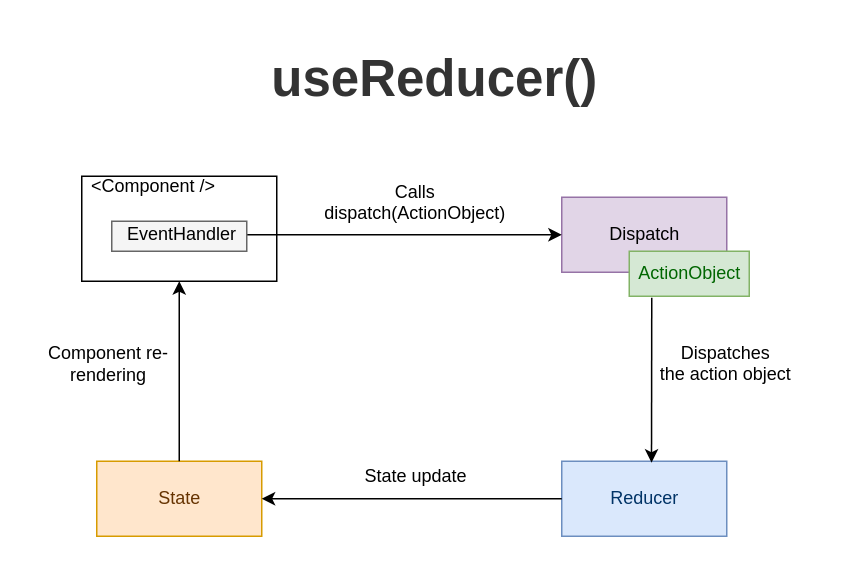
Earlier version of the draw.io diagram posts/149-react-usereducer/diagrams/diagram.drawio (panzerdp/dmitripavlutin.com). Source tidied: cells renumbered, new cells numbered last; positions are measured from the earlier drawing's top-left corner, leaving out a move shared by most shapes. Both pictures are drawn from the tidied source at 150%, with x=0, y=0 at pixel (26, 26).
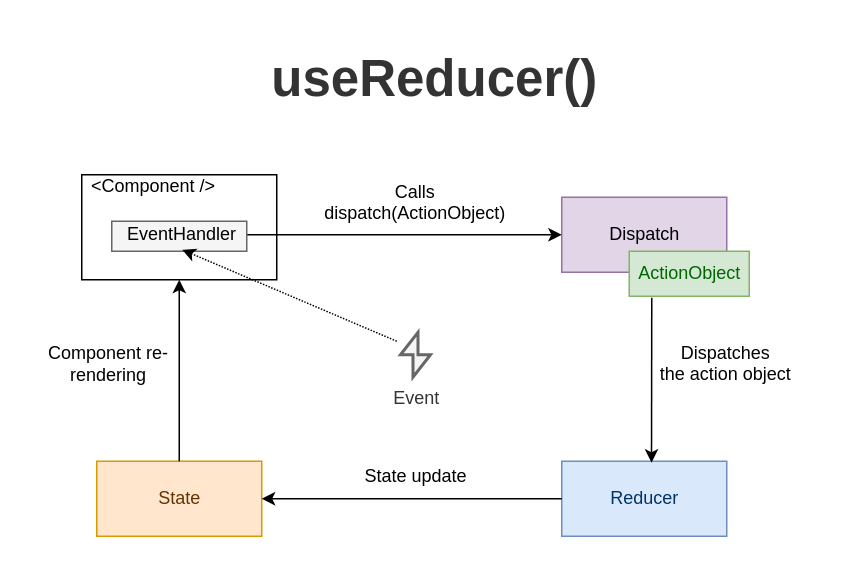
The same diagram, later.

The change refers to these unchanged cells:
```xml
<mxCell id="17" value="EventHandler" style="text;html=1;strokeColor=none;fillColor=none;align=center;verticalAlign=middle;whiteSpace=wrap;rounded=0;" parent="1" vertex="1">
  <mxGeometry x="64" y="129" width="80" height="20" as="geometry" />
</mxCell>
```

What changed in the source:
```diff
@@
     <mxCell id="3" style="html=1;" parent="1" vertex="1">
-      <mxGeometry x="37" y="100" width="130" height="70" as="geometry" />
+      <mxGeometry x="37" y="99" width="130" height="70" as="geometry" />
     </mxCell>
@@
+    <mxCell id="21" value="Event" style="html=1;verticalLabelPosition=bottom;align=center;labelBackgroundColor=#ffffff;verticalAlign=top;strokeWidth=2;strokeColor=#666666;shadow=0;dashed=0;shape=mxgraph.ios7.icons.flash;fillColor=#f5f5f5;fontColor=#333333;" parent="1" vertex="1">
+      <mxGeometry x="249.5" y="204" width="20" height="30" as="geometry" />
+    </mxCell>
+    <mxCell id="22" style="endArrow=classic;html=1;dashed=1;dashPattern=1 1;entryX=0.5;entryY=1;entryDx=0;entryDy=0;" parent="1" edge="1" target="17">
+      <mxGeometry relative="1" as="geometry">
+        <mxPoint x="247" y="210" as="sourcePoint" />
+      </mxGeometry>
+    </mxCell>
```
